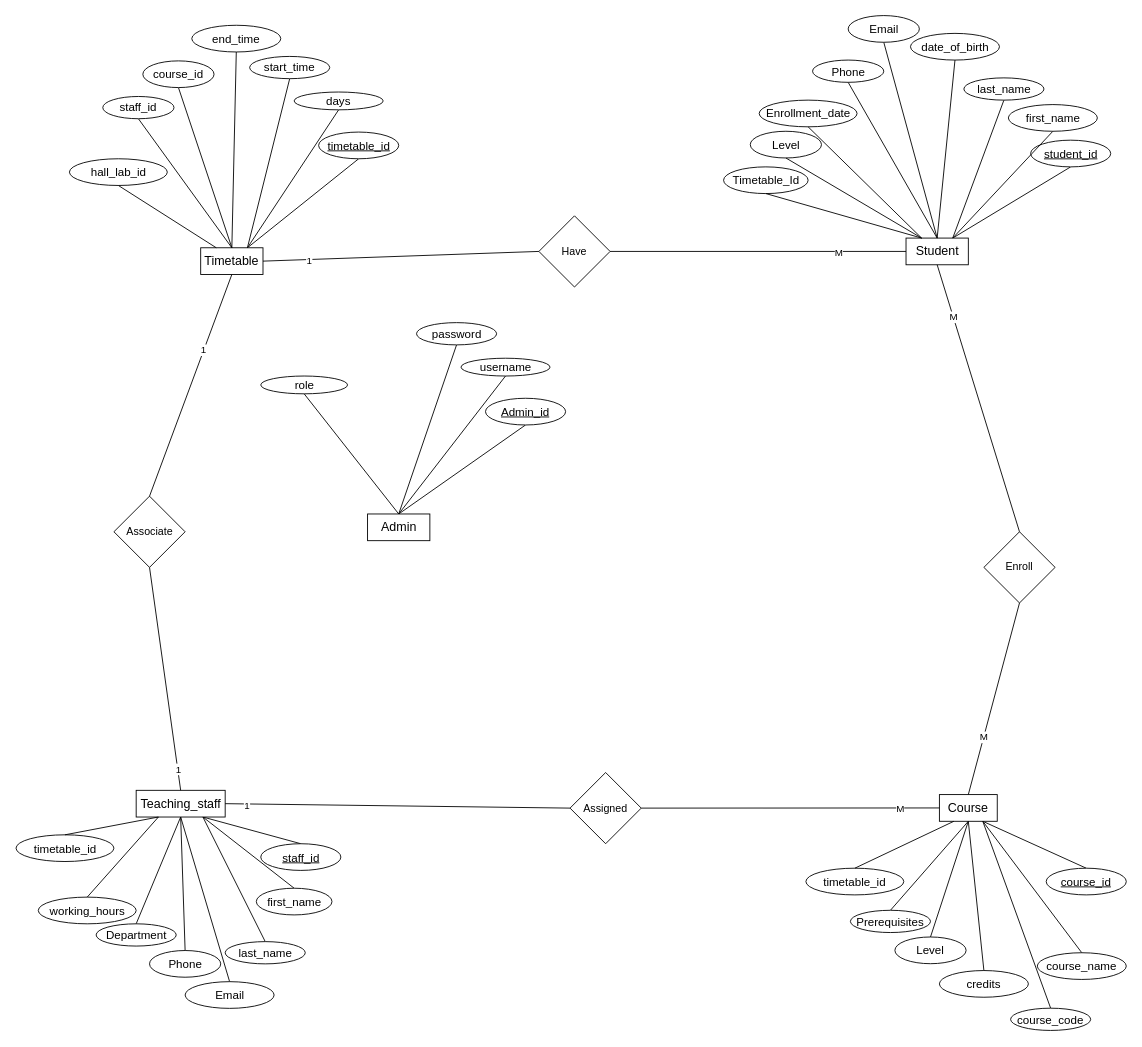
The draw.io diagram ERD.drawio in david11133/draw.io, before the edit. Source tidied: cells renumbered, new cells numbered last; positions are measured from the earlier drawing's top-left corner, leaving out a move shared by most shapes. Both pictures are drawn from the tidied source at 89%, with x=0, y=0 at pixel (15, 15).
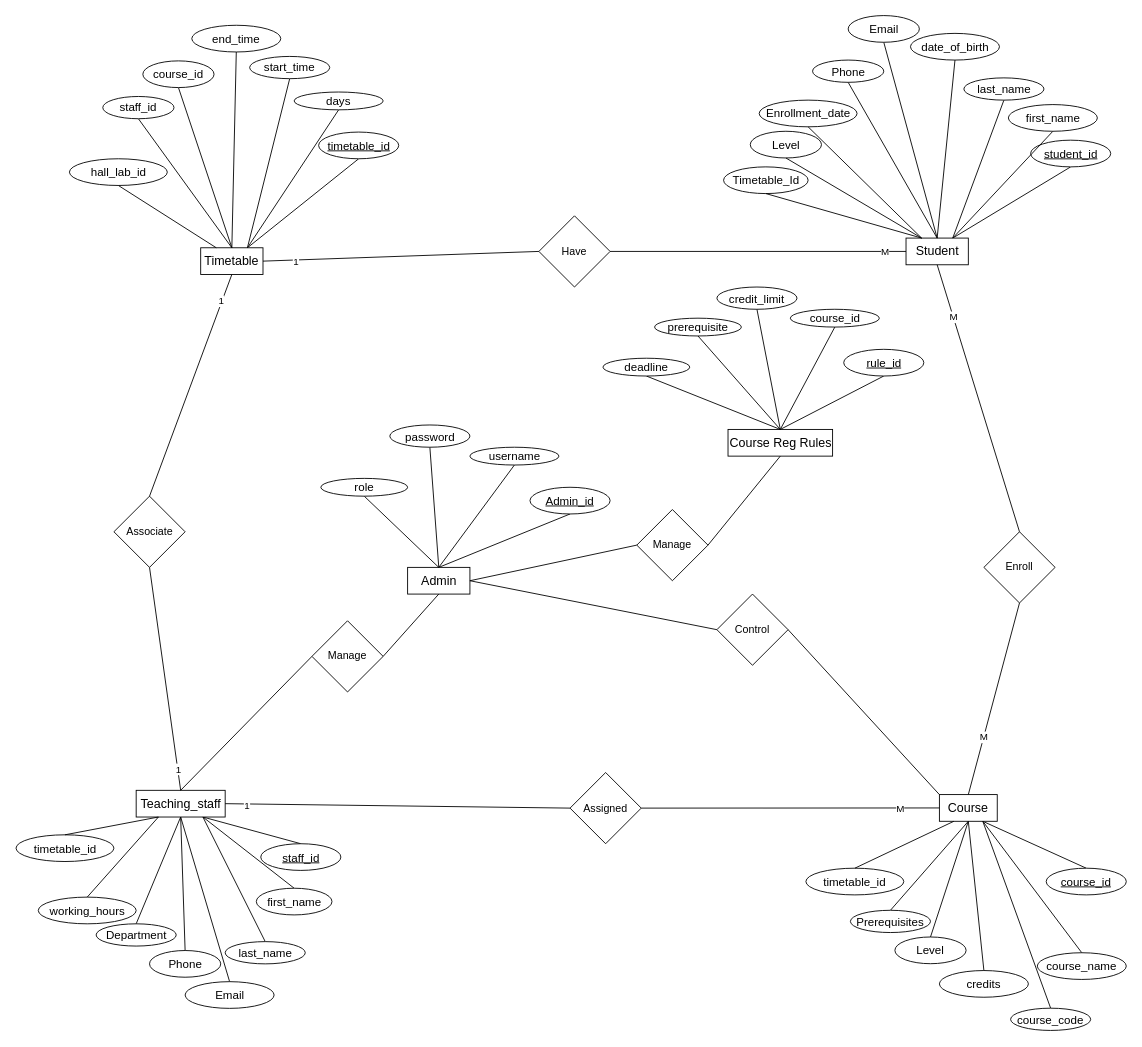
After the change.

Unchanged cells that the change refers to:
```xml
<mxCell id="22" value="Course" style="rounded=0;whiteSpace=wrap;html=1;fontSize=14;" parent="1" vertex="1">
  <mxGeometry x="1038" y="875.3" width="65" height="30" as="geometry" />
</mxCell>
<mxCell id="52" style="endArrow=none;html=1;rounded=0;entryX=0;entryY=0.5;entryDx=0;entryDy=0;exitX=1;exitY=0.5;exitDx=0;exitDy=0;" parent="1" edge="1" source="51" target="3">
  <mxGeometry relative="1" as="geometry" />
</mxCell>
<mxCell id="54" style="endArrow=none;html=1;rounded=0;exitX=1;exitY=0.5;exitDx=0;exitDy=0;entryX=0;entryY=0.5;entryDx=0;entryDy=0;" parent="1" edge="1" source="37" target="51">
  <mxGeometry relative="1" as="geometry" />
</mxCell>
<mxCell id="62" value="Teaching_staff" style="rounded=0;whiteSpace=wrap;html=1;fontSize=14;" parent="1" vertex="1">
  <mxGeometry x="135.5" y="870.5" width="100" height="30" as="geometry" />
</mxCell>
<mxCell id="79" style="endArrow=none;html=1;rounded=0;exitX=0.5;exitY=0;exitDx=0;exitDy=0;entryX=0.5;entryY=1;entryDx=0;entryDy=0;" parent="1" edge="1" source="78" target="37">
  <mxGeometry relative="1" as="geometry" />
</mxCell>
```

What changed in the source:
```diff
@@
     <mxCell id="53" value="M" style="edgeLabel;html=1;align=center;verticalAlign=middle;" parent="52" vertex="1">
-      <mxGeometry x="0.54" y="-1" relative="1" as="geometry" />
+      <mxGeometry x="0.54" y="-1" relative="1" as="geometry">
+        <mxPoint x="52" y="-1" as="offset" />
+      </mxGeometry>
     </mxCell>
@@
     <mxCell id="55" value="1" style="edgeLabel;html=1;align=center;verticalAlign=middle;" parent="54" vertex="1">
-      <mxGeometry x="-0.67" y="-1" relative="1" as="geometry" />
+      <mxGeometry x="-0.67" y="-1" relative="1" as="geometry">
+        <mxPoint x="-15" y="1" as="offset" />
+      </mxGeometry>
     </mxCell>
@@
     <mxCell id="80" value="1" style="edgeLabel;html=1;align=center;verticalAlign=middle;" parent="79" vertex="1">
       <mxGeometry x="0.31" y="1" relative="1" as="geometry">
-        <mxPoint y="-1" as="offset" />
+        <mxPoint x="20" y="-56" as="offset" />
       </mxGeometry>
     </mxCell>
@@
     <mxCell id="89" value="Admin" style="rounded=0;whiteSpace=wrap;html=1;fontSize=14;" parent="1" vertex="1">
-      <mxGeometry x="395.5" y="560" width="70" height="30" as="geometry" />
+      <mxGeometry x="440.5" y="620" width="70" height="30" as="geometry" />
     </mxCell>
     <mxCell id="90" value="Admin_id" style="ellipse;whiteSpace=wrap;html=1;fontSize=13;fontStyle=4;" parent="1" vertex="1">
-      <mxGeometry x="528" y="430" width="90" height="30" as="geometry" />
+      <mxGeometry x="578" y="530" width="90" height="30" as="geometry" />
     </mxCell>
@@
     <mxCell id="92" value="username" style="ellipse;whiteSpace=wrap;html=1;fontSize=13;fontStyle=0;" parent="1" vertex="1">
-      <mxGeometry x="500.5" y="385" width="100" height="20" as="geometry" />
+      <mxGeometry x="510.5" y="485" width="100" height="20" as="geometry" />
     </mxCell>
@@
     <mxCell id="94" value="role" style="ellipse;whiteSpace=wrap;html=1;fontSize=13;fontStyle=0;" parent="1" vertex="1">
-      <mxGeometry x="275.5" y="405" width="97.5" height="20" as="geometry" />
+      <mxGeometry x="343" y="520" width="97.5" height="20" as="geometry" />
     </mxCell>
@@
     <mxCell id="96" value="password" style="ellipse;whiteSpace=wrap;html=1;fontSize=13;fontStyle=0;" parent="1" vertex="1">
-      <mxGeometry x="450.5" y="345" width="90" height="25" as="geometry" />
+      <mxGeometry x="420.5" y="460" width="90" height="25" as="geometry" />
     </mxCell>
+    <mxCell id="97" style="endArrow=none;html=1;rounded=0;exitX=1;exitY=0.5;exitDx=0;exitDy=0;entryX=0;entryY=0.5;entryDx=0;entryDy=0;" parent="1" edge="1" source="89" target="98">
+      <mxGeometry relative="1" as="geometry" />
+    </mxCell>
+    <mxCell id="98" value="Control" style="rhombus;whiteSpace=wrap;html=1;" parent="1" vertex="1">
+      <mxGeometry x="788" y="650" width="80" height="80" as="geometry" />
+    </mxCell>
+    <mxCell id="99" style="endArrow=none;html=1;rounded=0;exitX=1;exitY=0.5;exitDx=0;exitDy=0;entryX=0;entryY=0;entryDx=0;entryDy=0;" parent="1" edge="1" source="98" target="22">
+      <mxGeometry relative="1" as="geometry" />
+    </mxCell>
+    <mxCell id="100" value="Manage" style="rhombus;whiteSpace=wrap;html=1;" parent="1" vertex="1">
+      <mxGeometry x="698" y="555" width="80" height="80" as="geometry" />
+    </mxCell>
+    <mxCell id="101" style="endArrow=none;html=1;rounded=0;exitX=1;exitY=0.5;exitDx=0;exitDy=0;entryX=0;entryY=0.5;entryDx=0;entryDy=0;" parent="1" edge="1" source="89" target="100">
+      <mxGeometry relative="1" as="geometry" />
+    </mxCell>
+    <mxCell id="102" style="rounded=0;jettySize=auto;html=1;exitX=0.5;exitY=0;exitDx=0;exitDy=0;entryX=0.5;entryY=1;entryDx=0;entryDy=0;strokeColor=default;endArrow=none;endFill=0;" parent="1" edge="1" source="103" target="104">
+      <mxGeometry relative="1" as="geometry" />
+    </mxCell>
+    <mxCell id="103" value="Course Reg Rules" style="rounded=0;whiteSpace=wrap;html=1;fontSize=14;" parent="1" vertex="1">
+      <mxGeometry x="800.5" y="465" width="117.5" height="30" as="geometry" />
+    </mxCell>
+    <mxCell id="104" value="rule_id" style="ellipse;whiteSpace=wrap;html=1;fontSize=13;fontStyle=4;" parent="1" vertex="1">
+      <mxGeometry x="930.5" y="375" width="90" height="30" as="geometry" />
+    </mxCell>
+    <mxCell id="105" style="rounded=0;jettySize=auto;html=1;entryX=0.5;entryY=1;entryDx=0;entryDy=0;strokeColor=default;exitX=0.5;exitY=0;exitDx=0;exitDy=0;endArrow=none;endFill=0;" parent="1" edge="1" source="103" target="106">
+      <mxGeometry relative="1" as="geometry" />
+    </mxCell>
+    <mxCell id="106" value="course_id" style="ellipse;whiteSpace=wrap;html=1;fontSize=13;fontStyle=0;" parent="1" vertex="1">
+      <mxGeometry x="870.5" y="330" width="100" height="20" as="geometry" />
+    </mxCell>
+    <mxCell id="107" style="rounded=0;jettySize=auto;html=1;entryX=0.5;entryY=1;entryDx=0;entryDy=0;strokeColor=default;exitX=0.5;exitY=0;exitDx=0;exitDy=0;endArrow=none;endFill=0;" parent="1" edge="1" source="103" target="108">
+      <mxGeometry relative="1" as="geometry" />
+    </mxCell>
+    <mxCell id="108" value="prerequisite" style="ellipse;whiteSpace=wrap;html=1;fontSize=13;fontStyle=0;" parent="1" vertex="1">
+      <mxGeometry x="718" y="340" width="97.5" height="20" as="geometry" />
+    </mxCell>
+    <mxCell id="109" style="rounded=0;jettySize=auto;html=1;entryX=0.5;entryY=1;entryDx=0;entryDy=0;strokeColor=default;exitX=0.5;exitY=0;exitDx=0;exitDy=0;endArrow=none;endFill=0;" parent="1" edge="1" source="103" target="110">
+      <mxGeometry relative="1" as="geometry" />
+    </mxCell>
+    <mxCell id="110" value="credit_limit" style="ellipse;whiteSpace=wrap;html=1;fontSize=13;fontStyle=0;" parent="1" vertex="1">
+      <mxGeometry x="788" y="305" width="90" height="25" as="geometry" />
+    </mxCell>
+    <mxCell id="111" style="endArrow=none;html=1;rounded=0;exitX=1;exitY=0.5;exitDx=0;exitDy=0;entryX=0.5;entryY=1;entryDx=0;entryDy=0;" parent="1" edge="1" source="100" target="103">
+      <mxGeometry relative="1" as="geometry" />
+    </mxCell>
+    <mxCell id="112" value="Manage" style="rhombus;whiteSpace=wrap;html=1;" parent="1" vertex="1">
+      <mxGeometry x="333" y="680" width="80" height="80" as="geometry" />
+    </mxCell>
+    <mxCell id="113" style="endArrow=none;html=1;rounded=0;entryX=0.5;entryY=1;entryDx=0;entryDy=0;exitX=1;exitY=0.5;exitDx=0;exitDy=0;" parent="1" edge="1" source="112" target="89">
+      <mxGeometry relative="1" as="geometry" />
+    </mxCell>
+    <mxCell id="114" style="endArrow=none;html=1;rounded=0;entryX=0;entryY=0.5;entryDx=0;entryDy=0;exitX=0.5;exitY=0;exitDx=0;exitDy=0;" parent="1" edge="1" source="62" target="112">
+      <mxGeometry relative="1" as="geometry" />
+    </mxCell>
+    <mxCell id="115" style="rounded=0;jettySize=auto;html=1;entryX=0.5;entryY=1;entryDx=0;entryDy=0;strokeColor=default;exitX=0.5;exitY=0;exitDx=0;exitDy=0;endArrow=none;endFill=0;" parent="1" edge="1" source="103" target="116">
+      <mxGeometry relative="1" as="geometry" />
+    </mxCell>
+    <mxCell id="116" value="deadline" style="ellipse;whiteSpace=wrap;html=1;fontSize=13;fontStyle=0;" parent="1" vertex="1">
+      <mxGeometry x="660" y="385" width="97.5" height="20" as="geometry" />
+    </mxCell>
```
